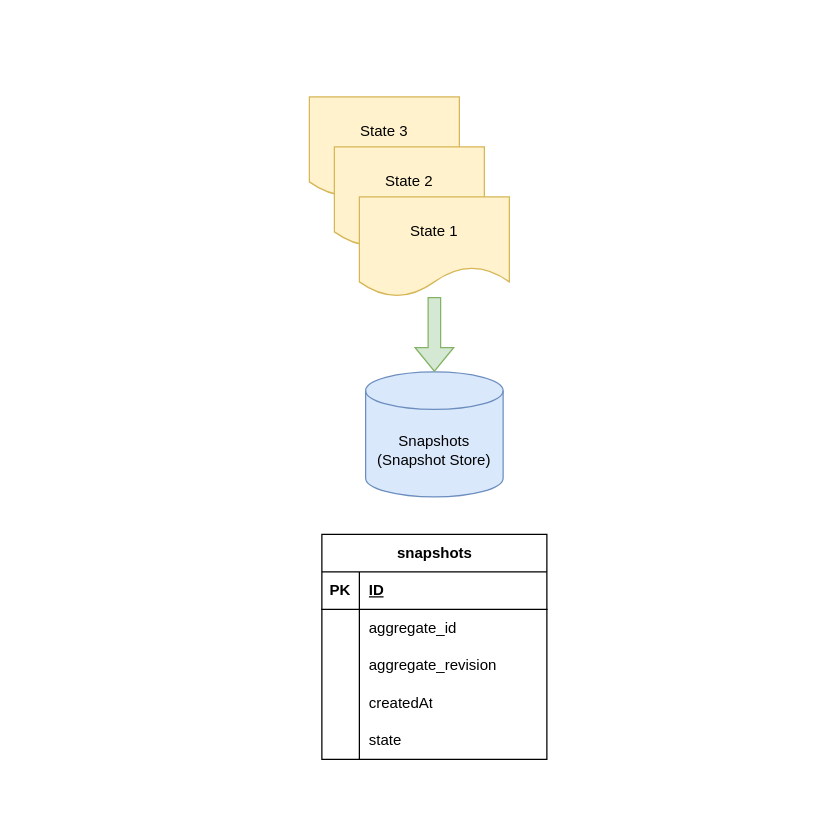
The draw.io diagram page "Snapshots" (2 of 4) of doc/drawio/es-cqrs-sample.drawio in byteleaf/es-cqrs-sample, before the edit. Source tidied: cells renumbered, new cells numbered last; positions are measured from the earlier drawing's top-left corner, leaving out a move shared by most shapes. Both pictures are drawn from the tidied source at 125%, with x=0, y=0 at pixel (21, 21).
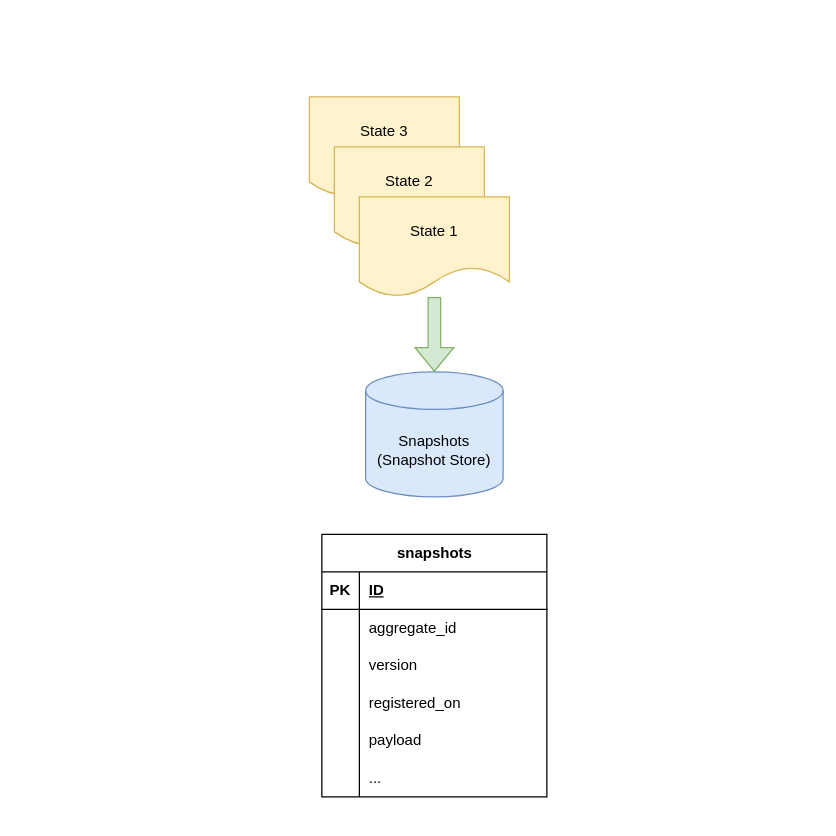
After the change.

The change refers to these unchanged cells:
```xml
<mxCell id="16" style="shape=tableRow;horizontal=0;startSize=0;swimlaneHead=0;swimlaneBody=0;fillColor=none;top=0;left=0;right=0;bottom=0;" parent="9" vertex="1">
  <mxGeometry y="90" width="180" height="30" as="geometry" />
</mxCell>
<mxCell id="19" style="shape=tableRow;horizontal=0;startSize=0;swimlaneHead=0;swimlaneBody=0;fillColor=none;top=0;left=0;right=0;bottom=0;" parent="9" vertex="1">
  <mxGeometry y="120" width="180" height="30" as="geometry" />
</mxCell>
<mxCell id="22" style="shape=tableRow;horizontal=0;startSize=0;swimlaneHead=0;swimlaneBody=0;fillColor=none;top=0;left=0;right=0;bottom=0;" parent="9" vertex="1">
  <mxGeometry y="150" width="180" height="30" as="geometry" />
</mxCell>
```

Diff of the diagram source:
```diff
@@
     <mxCell id="9" value="snapshots" style="shape=table;startSize=30;childLayout=tableLayout;rowLines=0;fontStyle=1;align=center;html=1;columnLines=1;shadow=0;absoluteArcSize=0;arcSize=15;" parent="1" vertex="1">
-      <mxGeometry x="240" y="410" width="180" height="180" as="geometry" />
+      <mxGeometry x="240" y="410" width="180" height="210" as="geometry" />
     </mxCell>
@@
-    <mxCell id="18" value="aggregate_revision" style="shape=partialRectangle;fillColor=none;top=0;left=0;bottom=0;right=0;align=left;spacingLeft=6;overflow=hidden;whiteSpace=wrap;html=1;" parent="16" vertex="1">
+    <mxCell id="18" value="version" style="shape=partialRectangle;fillColor=none;top=0;left=0;bottom=0;right=0;align=left;spacingLeft=6;overflow=hidden;whiteSpace=wrap;html=1;" parent="16" vertex="1">
       <mxGeometry x="30" width="150" height="30" as="geometry" />
     </mxCell>
@@
-    <mxCell id="21" value="createdAt" style="shape=partialRectangle;fillColor=none;top=0;left=0;bottom=0;right=0;align=left;spacingLeft=6;overflow=hidden;whiteSpace=wrap;html=1;" parent="19" vertex="1">
+    <mxCell id="21" value="registered_on" style="shape=partialRectangle;fillColor=none;top=0;left=0;bottom=0;right=0;align=left;spacingLeft=6;overflow=hidden;whiteSpace=wrap;html=1;" parent="19" vertex="1">
       <mxGeometry x="30" width="150" height="30" as="geometry" />
     </mxCell>
@@
-    <mxCell id="24" value="state" style="shape=partialRectangle;fillColor=none;top=0;left=0;bottom=0;right=0;align=left;spacingLeft=6;overflow=hidden;whiteSpace=wrap;html=1;" parent="22" vertex="1">
+    <mxCell id="24" value="payload" style="shape=partialRectangle;fillColor=none;top=0;left=0;bottom=0;right=0;align=left;spacingLeft=6;overflow=hidden;whiteSpace=wrap;html=1;" parent="22" vertex="1">
       <mxGeometry x="30" width="150" height="30" as="geometry" />
     </mxCell>
+    <mxCell id="25" style="shape=tableRow;horizontal=0;startSize=0;swimlaneHead=0;swimlaneBody=0;fillColor=none;top=0;left=0;right=0;bottom=0;" parent="9" vertex="1">
+      <mxGeometry y="180" width="180" height="30" as="geometry" />
+    </mxCell>
+    <mxCell id="26" style="shape=partialRectangle;fillColor=none;top=0;left=0;bottom=0;right=0;overflow=hidden;whiteSpace=wrap;html=1;" parent="25" vertex="1">
+      <mxGeometry width="30" height="30" as="geometry" />
+    </mxCell>
+    <mxCell id="27" value="..." style="shape=partialRectangle;fillColor=none;top=0;left=0;bottom=0;right=0;align=left;spacingLeft=6;overflow=hidden;whiteSpace=wrap;html=1;" parent="25" vertex="1">
+      <mxGeometry x="30" width="150" height="30" as="geometry" />
+    </mxCell>
```
